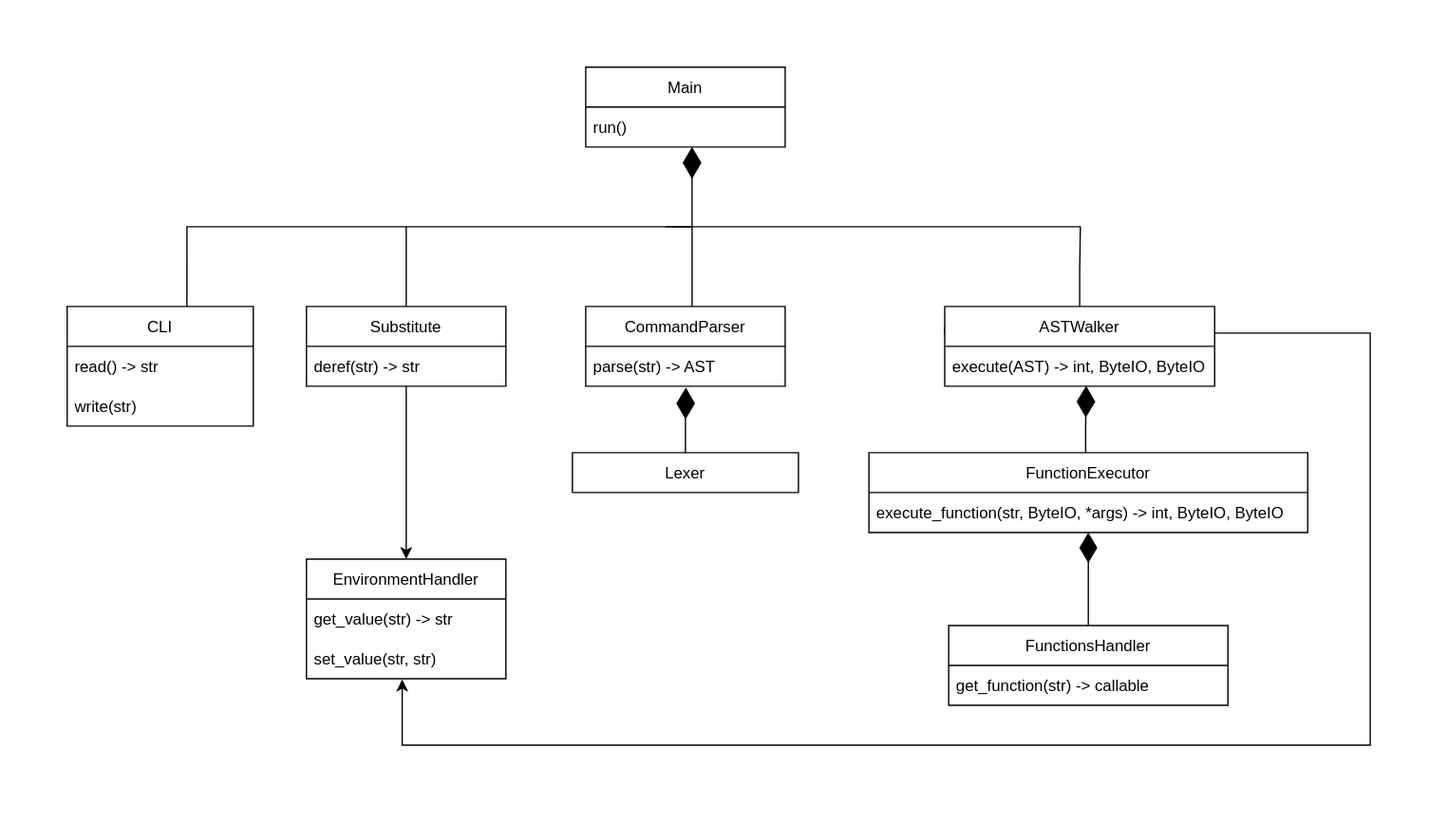
This is diagram.svg from vladnosiv/sd-hse-2022, a draw.io export, as it was before one commit. Source tidied: cells renumbered, new cells last; positions are measured from the earlier drawing's top-left corner, leaving out a move shared by most shapes.
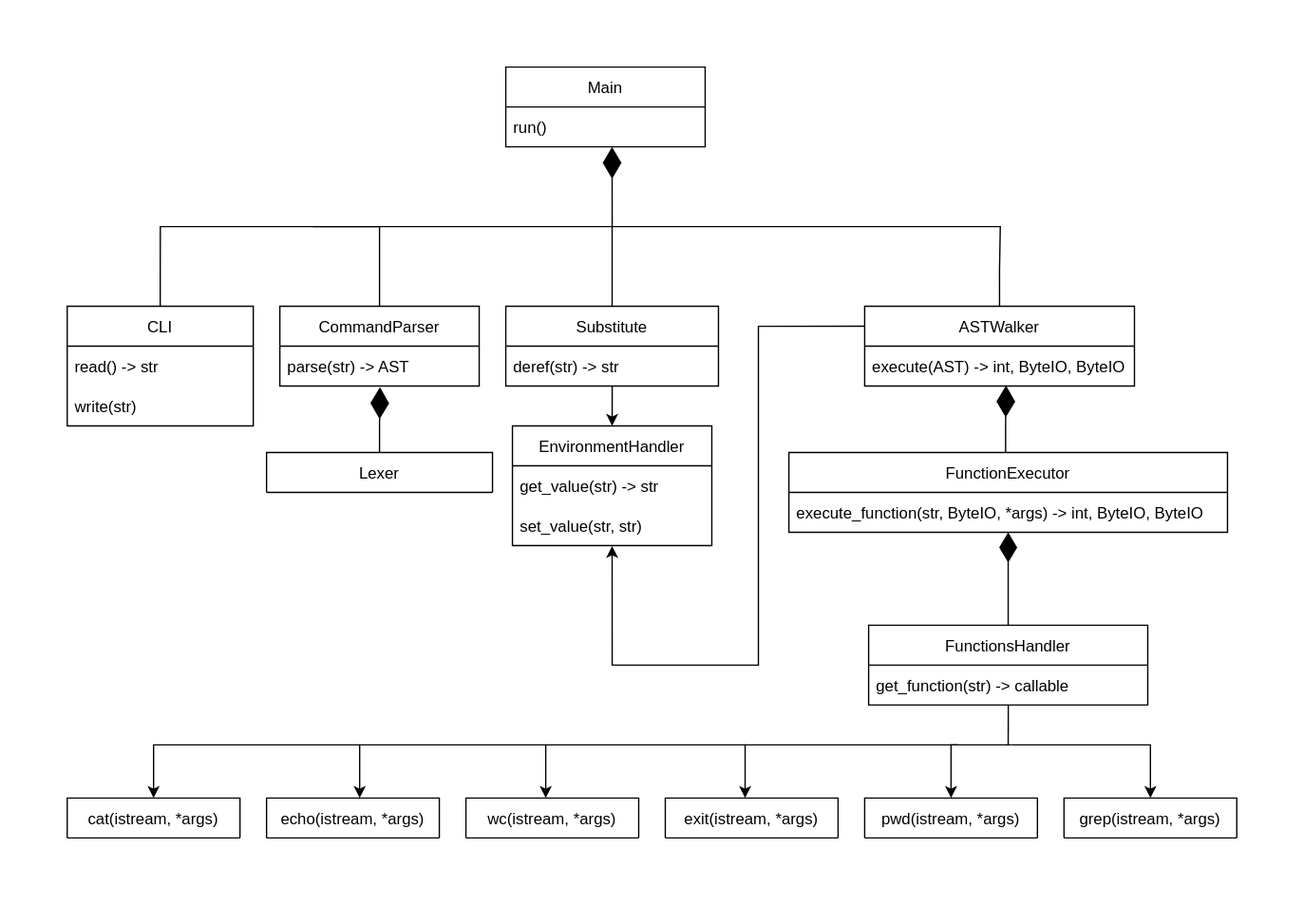
Later version of the same file.

Diff of the diagram source:
```diff
@@ -2,17 +2,16 @@
   <root>
     <mxCell id="0" />
     <mxCell id="1" parent="0" />
-    <mxCell id="2" style="edgeStyle=orthogonalEdgeStyle;rounded=0;jettySize=auto;html=1;entryX=0.533;entryY=1;entryDx=0;entryDy=0;entryPerimeter=0;endArrow=diamondThin;endFill=1;endSize=21;strokeWidth=1;" parent="1" edge="1" target="26">
+    <mxCell id="2" style="edgeStyle=orthogonalEdgeStyle;rounded=0;jettySize=auto;html=1;entryX=0.533;entryY=1;entryDx=0;entryDy=0;entryPerimeter=0;endArrow=diamondThin;endFill=1;endSize=21;strokeWidth=1;exitX=0.5;exitY=0;exitDx=0;exitDy=0;" parent="1" edge="1" source="3" target="26">
       <mxGeometry relative="1" as="geometry">
-        <mxPoint x="90.1" y="180" as="sourcePoint" />
         <Array as="points">
-          <mxPoint x="90" y="120" />
+          <mxPoint x="130" y="120" />
           <mxPoint x="470" y="120" />
         </Array>
       </mxGeometry>
     </mxCell>
     <mxCell id="3" value="CLI" style="swimlane;fontStyle=0;horizontal=1;startSize=30;" parent="1" vertex="1">
-      <mxGeometry y="180" width="140" height="90" as="geometry" />
+      <mxGeometry x="60" y="180" width="140" height="90" as="geometry" />
     </mxCell>
     <mxCell id="4" value="read() -&gt; str" style="text;strokeColor=none;fillColor=none;align=left;verticalAlign=middle;spacingLeft=4;spacingRight=4;overflow=hidden;" parent="3" vertex="1">
       <mxGeometry y="30" width="140" height="30" as="geometry" />
@@ -24,31 +23,22 @@
       <mxGeometry relative="1" as="geometry" />
     </mxCell>
     <mxCell id="7" value="Lexer" style="swimlane;fontStyle=0;horizontal=1;startSize=30;" parent="1" vertex="1">
-      <mxGeometry x="380" y="290" width="170" height="30" as="geometry" />
+      <mxGeometry x="210" y="290" width="170" height="30" as="geometry" />
     </mxCell>
-    <mxCell id="8" style="edgeStyle=orthogonalEdgeStyle;rounded=0;jettySize=auto;html=1;endArrow=none;endFill=0;" parent="1" edge="1" source="9">
-      <mxGeometry relative="1" as="geometry">
-        <mxPoint x="455" y="120" as="targetPoint" />
-        <Array as="points">
-          <mxPoint x="470" y="120" />
-        </Array>
-      </mxGeometry>
-    </mxCell>
+    <mxCell id="30" style="edgeStyle=orthogonalEdgeStyle;rounded=0;jettySize=auto;html=1;endArrow=none;endFill=0;" parent="1" edge="1" source="9">
+      <mxGeometry relative="1" as="geometry">
+        <mxPoint x="245" y="120" as="targetPoint" />
+        <Array as="points">
+          <mxPoint x="295" y="120" />
+        </Array>
+      </mxGeometry>
+    </mxCell>
     <mxCell id="9" value="CommandParser" style="swimlane;fontStyle=0;horizontal=1;startSize=30;" parent="1" vertex="1">
-      <mxGeometry x="390" y="180" width="150" height="60" as="geometry" />
+      <mxGeometry x="220" y="180" width="150" height="60" as="geometry" />
     </mxCell>
     <mxCell id="10" value="parse(str) -&gt; AST" style="text;strokeColor=none;fillColor=none;align=left;verticalAlign=middle;spacingLeft=4;spacingRight=4;overflow=hidden;points=[[0,0.5],[1,0.5]];portConstraint=eastwest;" parent="9" vertex="1">
       <mxGeometry y="30" width="150" height="30" as="geometry" />
     </mxCell>
-    <mxCell id="11" value="EnvironmentHandler" style="swimlane;fontStyle=0;horizontal=1;startSize=30;" parent="1" vertex="1">
-      <mxGeometry x="180" y="370" width="150" height="90" as="geometry" />
-    </mxCell>
-    <mxCell id="12" value="get_value(str) -&gt; str" style="text;strokeColor=none;fillColor=none;align=left;verticalAlign=middle;spacingLeft=4;spacingRight=4;overflow=hidden;" parent="11" vertex="1">
-      <mxGeometry y="30" width="150" height="30" as="geometry" />
-    </mxCell>
-    <mxCell id="13" value="set_value(str, str)" style="text;strokeColor=none;fillColor=none;align=left;verticalAlign=middle;spacingLeft=4;spacingRight=4;overflow=hidden;points=[[0,0.5],[1,0.5]];portConstraint=eastwest;" parent="11" vertex="1">
-      <mxGeometry y="60" width="150" height="30" as="geometry" />
-    </mxCell>
     <mxCell id="14" style="edgeStyle=orthogonalEdgeStyle;rounded=0;jettySize=auto;html=1;entryX=0.524;entryY=0.989;entryDx=0;entryDy=0;entryPerimeter=0;endArrow=diamondThin;endFill=1;endSize=21;strokeWidth=1;" parent="1" edge="1" source="15" target="24">
       <mxGeometry relative="1" as="geometry">
         <Array as="points">
@@ -63,23 +53,9 @@
     <mxCell id="16" value="execute_function(str, ByteIO, *args) -&gt; int, ByteIO, ByteIO" style="text;strokeColor=none;fillColor=none;align=left;verticalAlign=middle;spacingLeft=4;spacingRight=4;overflow=hidden;points=[[0,0.5],[1,0.5]];portConstraint=eastwest;" parent="15" vertex="1">
       <mxGeometry y="30" width="330" height="30" as="geometry" />
     </mxCell>
-    <mxCell id="17" style="edgeStyle=orthogonalEdgeStyle;rounded=0;jettySize=auto;html=1;endArrow=none;endFill=0;endSize=21;strokeWidth=1;" parent="1" edge="1" source="19">
-      <mxGeometry relative="1" as="geometry">
-        <mxPoint x="255" y="120" as="targetPoint" />
-      </mxGeometry>
-    </mxCell>
-    <mxCell id="18" style="edgeStyle=orthogonalEdgeStyle;rounded=0;jettySize=auto;html=1;entryX=0.5;entryY=0;entryDx=0;entryDy=0;" parent="1" edge="1" source="19" target="11">
-      <mxGeometry relative="1" as="geometry" />
-    </mxCell>
-    <mxCell id="19" value="Substitute" style="swimlane;fontStyle=0;horizontal=1;startSize=30;" parent="1" vertex="1">
-      <mxGeometry x="180" y="180" width="150" height="60" as="geometry" />
-    </mxCell>
-    <mxCell id="20" value="deref(str) -&gt; str" style="text;strokeColor=none;fillColor=none;align=left;verticalAlign=middle;spacingLeft=4;spacingRight=4;overflow=hidden;" parent="19" vertex="1">
-      <mxGeometry y="30" width="150" height="30" as="geometry" />
-    </mxCell>
     <mxCell id="21" style="edgeStyle=orthogonalEdgeStyle;rounded=0;jettySize=auto;html=1;endArrow=none;endFill=0;exitX=0.5;exitY=0;exitDx=0;exitDy=0;" parent="1" edge="1" source="23">
       <mxGeometry relative="1" as="geometry">
-        <mxPoint x="450" y="120" as="targetPoint" />
+        <mxPoint x="470" y="120" as="targetPoint" />
         <Array as="points">
           <mxPoint x="762" y="153" />
           <mxPoint x="762" y="153" />
@@ -87,13 +63,12 @@
         </Array>
       </mxGeometry>
     </mxCell>
-    <mxCell id="22" style="edgeStyle=orthogonalEdgeStyle;rounded=0;jettySize=auto;html=1;entryX=0.48;entryY=1.02;entryDx=0;entryDy=0;exitX=0;exitY=0.25;exitDx=0;exitDy=0;entryPerimeter=0;" parent="1" edge="1" source="23" target="13">
+    <mxCell id="22" style="edgeStyle=orthogonalEdgeStyle;rounded=0;jettySize=auto;html=1;exitX=0;exitY=0.25;exitDx=0;exitDy=0;endArrow=classic;endFill=1;entryX=0.5;entryY=1.011;entryDx=0;entryDy=0;entryPerimeter=0;" parent="1" edge="1" source="23" target="13">
       <mxGeometry relative="1" as="geometry">
         <Array as="points">
-          <mxPoint x="660" y="200" />
-          <mxPoint x="980" y="200" />
-          <mxPoint x="980" y="510" />
-          <mxPoint x="252" y="510" />
+          <mxPoint x="580" y="195" />
+          <mxPoint x="580" y="450" />
+          <mxPoint x="470" y="450" />
         </Array>
       </mxGeometry>
     </mxCell>
@@ -112,11 +87,106 @@
     <mxCell id="27" style="edgeStyle=orthogonalEdgeStyle;rounded=0;jettySize=auto;html=1;entryX=0.5;entryY=1;entryDx=0;entryDy=0;entryPerimeter=0;endArrow=diamondThin;endFill=1;endSize=20;" parent="1" edge="1" source="28" target="16">
       <mxGeometry relative="1" as="geometry" />
     </mxCell>
+    <mxCell id="31" style="edgeStyle=orthogonalEdgeStyle;rounded=0;jettySize=auto;html=1;endArrow=none;endFill=0;" parent="1" edge="1" source="28">
+      <mxGeometry relative="1" as="geometry">
+        <mxPoint x="768" y="510" as="targetPoint" />
+      </mxGeometry>
+    </mxCell>
     <mxCell id="28" value="FunctionsHandler" style="swimlane;fontStyle=0;horizontal=1;startSize=30;" parent="1" vertex="1">
       <mxGeometry x="663" y="420" width="210" height="60" as="geometry" />
     </mxCell>
     <mxCell id="29" value="get_function(str) -&gt; callable" style="text;strokeColor=none;fillColor=none;align=left;verticalAlign=middle;spacingLeft=4;spacingRight=4;overflow=hidden;" parent="28" vertex="1">
       <mxGeometry y="30" width="210" height="30" as="geometry" />
     </mxCell>
+    <mxCell id="11" value="EnvironmentHandler" style="swimlane;fontStyle=0;horizontal=1;startSize=30;" parent="1" vertex="1">
+      <mxGeometry x="395" y="270" width="150" height="90" as="geometry" />
+    </mxCell>
+    <mxCell id="12" value="get_value(str) -&gt; str" style="text;strokeColor=none;fillColor=none;align=left;verticalAlign=middle;spacingLeft=4;spacingRight=4;overflow=hidden;" parent="11" vertex="1">
+      <mxGeometry y="30" width="150" height="30" as="geometry" />
+    </mxCell>
+    <mxCell id="13" value="set_value(str, str)" style="text;strokeColor=none;fillColor=none;align=left;verticalAlign=middle;spacingLeft=4;spacingRight=4;overflow=hidden;points=[[0,0.5],[1,0.5]];portConstraint=eastwest;" parent="11" vertex="1">
+      <mxGeometry y="60" width="150" height="30" as="geometry" />
+    </mxCell>
+    <mxCell id="18" style="edgeStyle=orthogonalEdgeStyle;rounded=0;jettySize=auto;html=1;entryX=0.5;entryY=0;entryDx=0;entryDy=0;" parent="1" edge="1" source="19" target="11">
+      <mxGeometry relative="1" as="geometry" />
+    </mxCell>
+    <mxCell id="32" style="edgeStyle=orthogonalEdgeStyle;rounded=0;jettySize=auto;html=1;endArrow=none;endFill=0;" parent="1" edge="1" source="19">
+      <mxGeometry relative="1" as="geometry">
+        <mxPoint x="470" y="120" as="targetPoint" />
+      </mxGeometry>
+    </mxCell>
+    <mxCell id="19" value="Substitute" style="swimlane;fontStyle=0;horizontal=1;startSize=30;" parent="1" vertex="1">
+      <mxGeometry x="390" y="180" width="160" height="60" as="geometry" />
+    </mxCell>
+    <mxCell id="20" value="deref(str) -&gt; str" style="text;strokeColor=none;fillColor=none;align=left;verticalAlign=middle;spacingLeft=4;spacingRight=4;overflow=hidden;" parent="19" vertex="1">
+      <mxGeometry y="30" width="160" height="30" as="geometry" />
+    </mxCell>
+    <mxCell id="33" style="edgeStyle=orthogonalEdgeStyle;rounded=0;jettySize=auto;html=1;endArrow=none;endFill=0;startArrow=classic;startFill=1;" parent="1" edge="1" source="34">
+      <mxGeometry relative="1" as="geometry">
+        <mxPoint x="770" y="510" as="targetPoint" />
+        <Array as="points">
+          <mxPoint x="875" y="510" />
+        </Array>
+      </mxGeometry>
+    </mxCell>
+    <mxCell id="34" value="grep(istream, *args)" style="swimlane;fontStyle=0;horizontal=1;startSize=30;" parent="1" vertex="1">
+      <mxGeometry x="810" y="550" width="130" height="30" as="geometry" />
+    </mxCell>
+    <mxCell id="35" style="edgeStyle=orthogonalEdgeStyle;rounded=0;jettySize=auto;html=1;endArrow=none;endFill=0;startArrow=classic;startFill=1;" parent="1" edge="1" source="36">
+      <mxGeometry relative="1" as="geometry">
+        <mxPoint x="770" y="510" as="targetPoint" />
+        <Array as="points">
+          <mxPoint x="725" y="510" />
+        </Array>
+      </mxGeometry>
+    </mxCell>
+    <mxCell id="36" value="pwd(istream, *args)" style="swimlane;fontStyle=0;horizontal=1;startSize=30;" parent="1" vertex="1">
+      <mxGeometry x="660" y="550" width="130" height="30" as="geometry" />
+    </mxCell>
+    <mxCell id="37" style="edgeStyle=orthogonalEdgeStyle;rounded=0;jettySize=auto;html=1;endArrow=none;endFill=0;startArrow=classic;startFill=1;" parent="1" edge="1" source="38">
+      <mxGeometry relative="1" as="geometry">
+        <mxPoint x="570" y="510" as="targetPoint" />
+        <Array as="points">
+          <mxPoint x="420" y="510" />
+        </Array>
+      </mxGeometry>
+    </mxCell>
+    <mxCell id="38" value="wc(istream, *args)" style="swimlane;fontStyle=0;horizontal=1;startSize=30;" parent="1" vertex="1">
+      <mxGeometry x="360" y="550" width="130" height="30" as="geometry" />
+    </mxCell>
+    <mxCell id="39" style="edgeStyle=orthogonalEdgeStyle;rounded=0;jettySize=auto;html=1;endArrow=none;endFill=0;startArrow=classic;startFill=1;" parent="1" edge="1" source="40">
+      <mxGeometry relative="1" as="geometry">
+        <mxPoint x="420" y="510" as="targetPoint" />
+        <Array as="points">
+          <mxPoint x="280" y="510" />
+        </Array>
+      </mxGeometry>
+    </mxCell>
+    <mxCell id="40" value="echo(istream, *args)" style="swimlane;fontStyle=0;horizontal=1;startSize=30;" parent="1" vertex="1">
+      <mxGeometry x="210" y="550" width="130" height="30" as="geometry" />
+    </mxCell>
+    <mxCell id="41" style="edgeStyle=orthogonalEdgeStyle;rounded=0;jettySize=auto;html=1;endArrow=none;endFill=0;startArrow=classic;startFill=1;" parent="1" edge="1" source="42">
+      <mxGeometry relative="1" as="geometry">
+        <mxPoint x="280" y="510" as="targetPoint" />
+        <Array as="points">
+          <mxPoint x="125" y="510" />
+        </Array>
+      </mxGeometry>
+    </mxCell>
+    <mxCell id="42" value="cat(istream, *args)" style="swimlane;fontStyle=0;horizontal=1;startSize=30;" parent="1" vertex="1">
+      <mxGeometry x="60" y="550" width="130" height="30" as="geometry" />
+    </mxCell>
+    <mxCell id="43" style="edgeStyle=orthogonalEdgeStyle;rounded=0;jettySize=auto;html=1;startArrow=classic;startFill=1;endArrow=none;endFill=0;" parent="1" edge="1" source="44">
+      <mxGeometry relative="1" as="geometry">
+        <mxPoint x="730" y="510" as="targetPoint" />
+        <Array as="points">
+          <mxPoint x="570" y="510" />
+          <mxPoint x="650" y="510" />
+        </Array>
+      </mxGeometry>
+    </mxCell>
+    <mxCell id="44" value="exit(istream, *args)" style="swimlane;fontStyle=0;horizontal=1;startSize=30;" parent="1" vertex="1">
+      <mxGeometry x="510" y="550" width="130" height="30" as="geometry" />
+    </mxCell>
   </root>
 </mxGraphModel>
```
